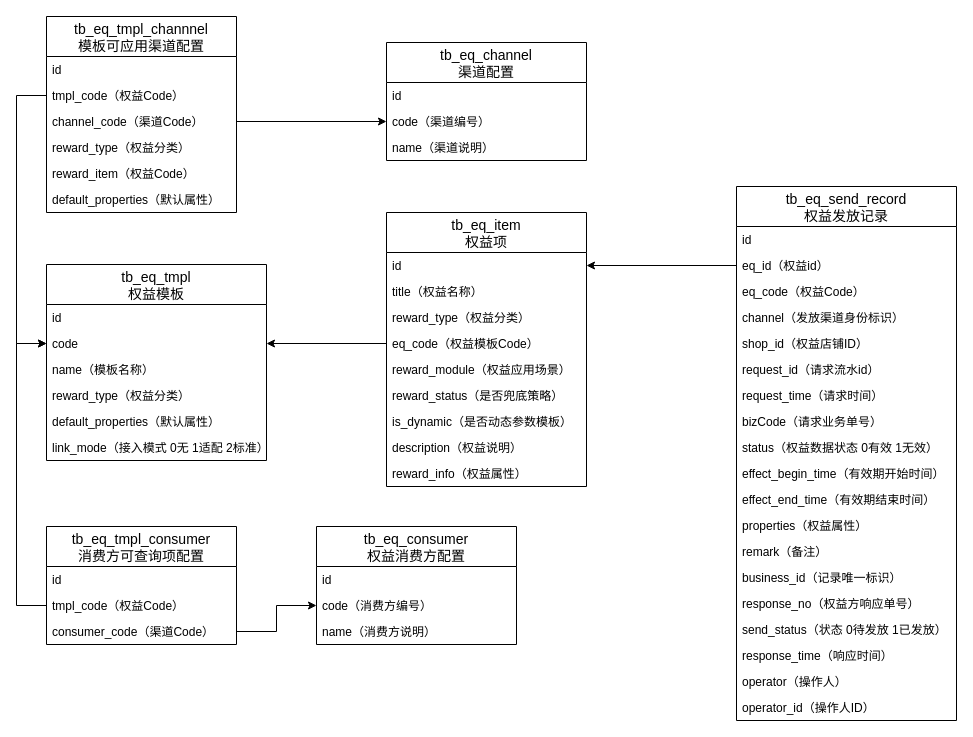
jon-kong/draw.io keeps this draw.io diagram as page "ER图" (3 of 3) of 权益中心.drawio. Above is the earlier version. Source tidied: cells renumbered, new cells numbered last; positions are measured from the earlier drawing's top-left corner, leaving out a move shared by most shapes. Both pictures are drawn from the tidied source at 100%, with x=0, y=0 at pixel (16, 16).
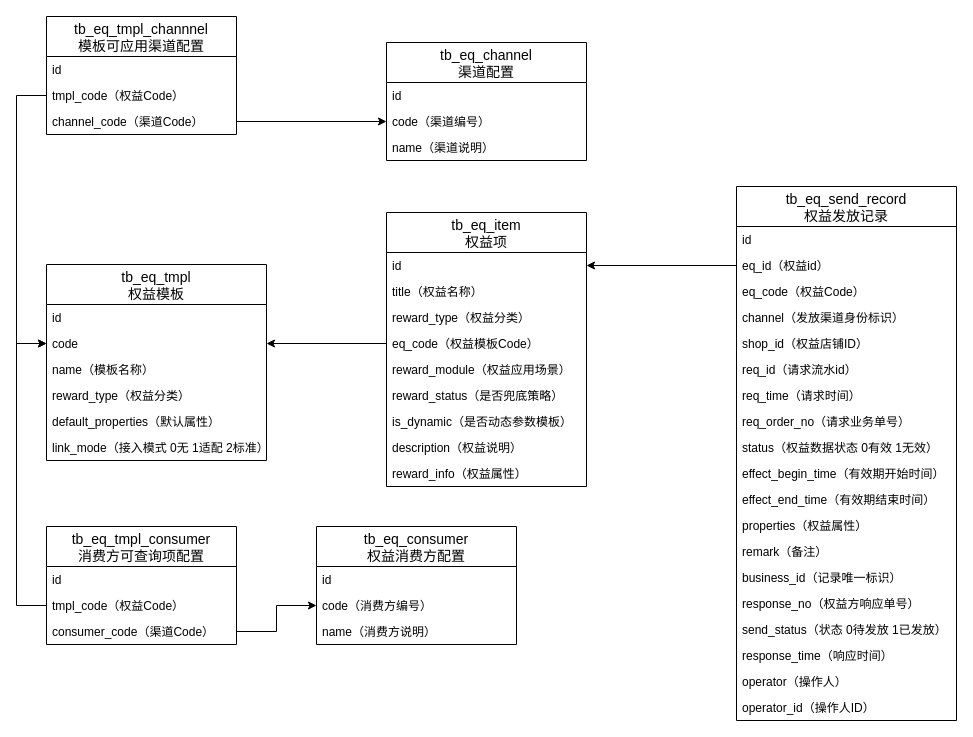
After the change.

The change refers to these unchanged cells:
```xml
<mxCell id="27" value="tb_eq_send_record&#10;权益发放记录" style="swimlane;fontStyle=0;horizontal=1;startSize=40;align=center;fontSize=14;" parent="1" vertex="1">
  <mxGeometry x="720" y="170" width="220" height="534" as="geometry" />
</mxCell>
```

Change to the diagram source:
```diff
@@
     <mxCell id="9" value="tb_eq_tmpl_channnel&#10;模板可应用渠道配置" style="swimlane;fontStyle=0;horizontal=1;startSize=40;align=center;fontSize=14;" parent="1" vertex="1">
-      <mxGeometry x="30" width="190" height="196" as="geometry" />
+      <mxGeometry x="30" width="190" height="118" as="geometry" />
     </mxCell>
@@
-    <mxCell id="13" value="reward_type（权益分类）" style="text;strokeColor=none;fillColor=none;spacingLeft=4;spacingRight=4;overflow=hidden;fontSize=12;" parent="9" vertex="1">
-      <mxGeometry y="118" width="190" height="26" as="geometry" />
-    </mxCell>
-    <mxCell id="14" value="reward_item（权益Code）" style="text;strokeColor=none;fillColor=none;spacingLeft=4;spacingRight=4;overflow=hidden;fontSize=12;" parent="9" vertex="1">
-      <mxGeometry y="144" width="190" height="26" as="geometry" />
-    </mxCell>
-    <mxCell id="15" value="default_properties（默认属性）" style="text;strokeColor=none;fillColor=none;spacingLeft=4;spacingRight=4;overflow=hidden;fontSize=12;fontColor=#000000;" parent="9" vertex="1">
-      <mxGeometry y="170" width="190" height="26" as="geometry" />
-    </mxCell>
@@
-    <mxCell id="33" value="request_id（请求流水id）" style="text;strokeColor=none;fillColor=none;spacingLeft=4;spacingRight=4;overflow=hidden;fontSize=12;fontColor=#000000;" parent="27" vertex="1">
+    <mxCell id="33" value="req_id（请求流水id）" style="text;strokeColor=none;fillColor=none;spacingLeft=4;spacingRight=4;overflow=hidden;fontSize=12;fontColor=#000000;" parent="27" vertex="1">
       <mxGeometry y="170" width="220" height="26" as="geometry" />
     </mxCell>
-    <mxCell id="34" value="request_time（请求时间）" style="text;strokeColor=none;fillColor=none;spacingLeft=4;spacingRight=4;overflow=hidden;fontSize=12;fontColor=#000000;" parent="27" vertex="1">
+    <mxCell id="34" value="req_time（请求时间）" style="text;strokeColor=none;fillColor=none;spacingLeft=4;spacingRight=4;overflow=hidden;fontSize=12;fontColor=#000000;" parent="27" vertex="1">
       <mxGeometry y="196" width="220" height="26" as="geometry" />
     </mxCell>
-    <mxCell id="35" value="bizCode（请求业务单号）" style="text;strokeColor=none;fillColor=none;spacingLeft=4;spacingRight=4;overflow=hidden;fontSize=12;fontColor=#000000;" parent="27" vertex="1">
+    <mxCell id="35" value="req_order_no（请求业务单号）" style="text;strokeColor=none;fillColor=none;spacingLeft=4;spacingRight=4;overflow=hidden;fontSize=12;fontColor=#000000;" parent="27" vertex="1">
       <mxGeometry y="222" width="220" height="26" as="geometry" />
     </mxCell>
```
